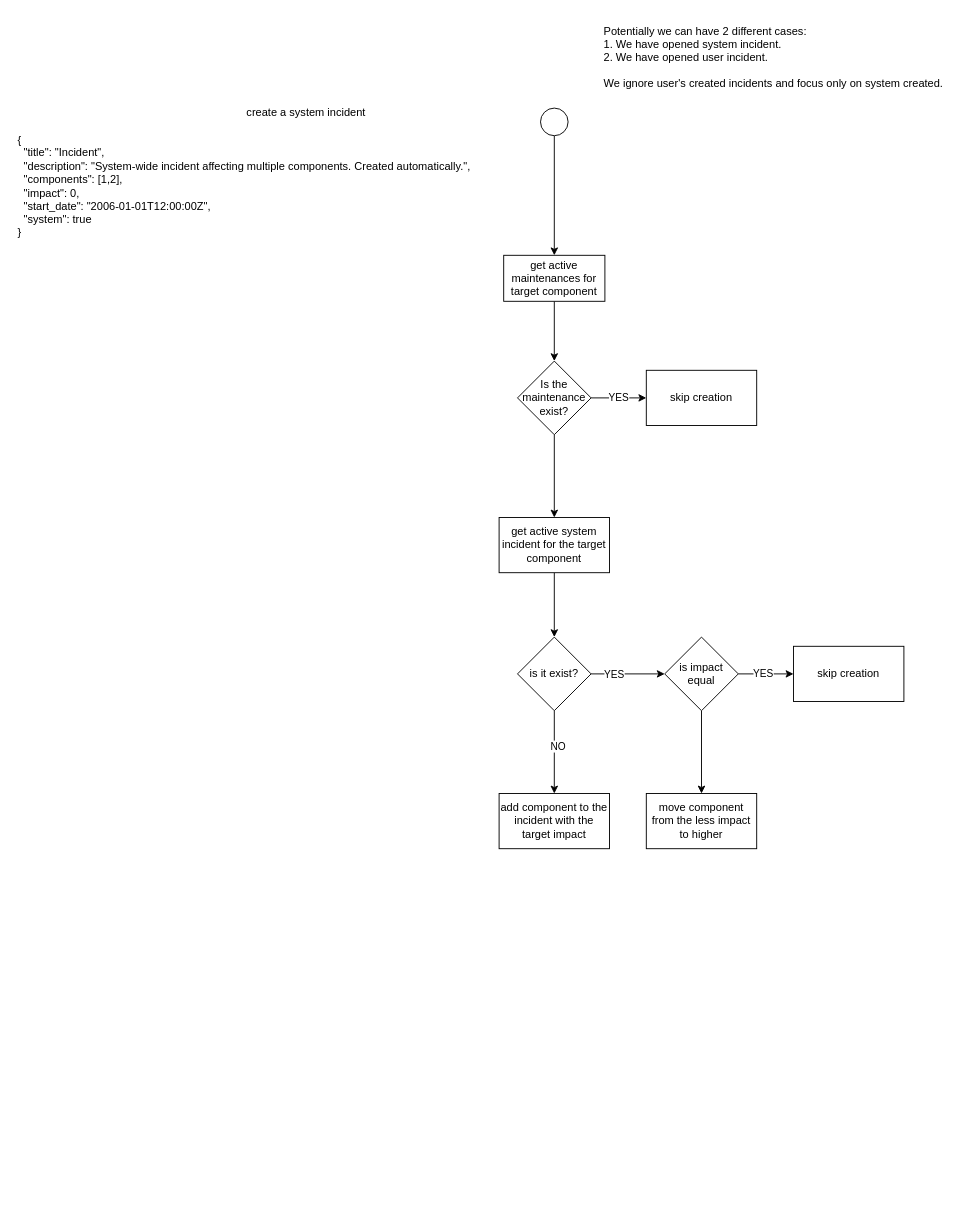
Earlier version of the draw.io diagram docs/v2/incident_creation_system.drawio (stackmon/status-dashboard-v3). Source tidied: cells renumbered, new cells numbered last; positions are measured from the earlier drawing's top-left corner, leaving out a move shared by most shapes. Both pictures are drawn from the tidied source at 92%, with x=0, y=0 at pixel (16, 16).
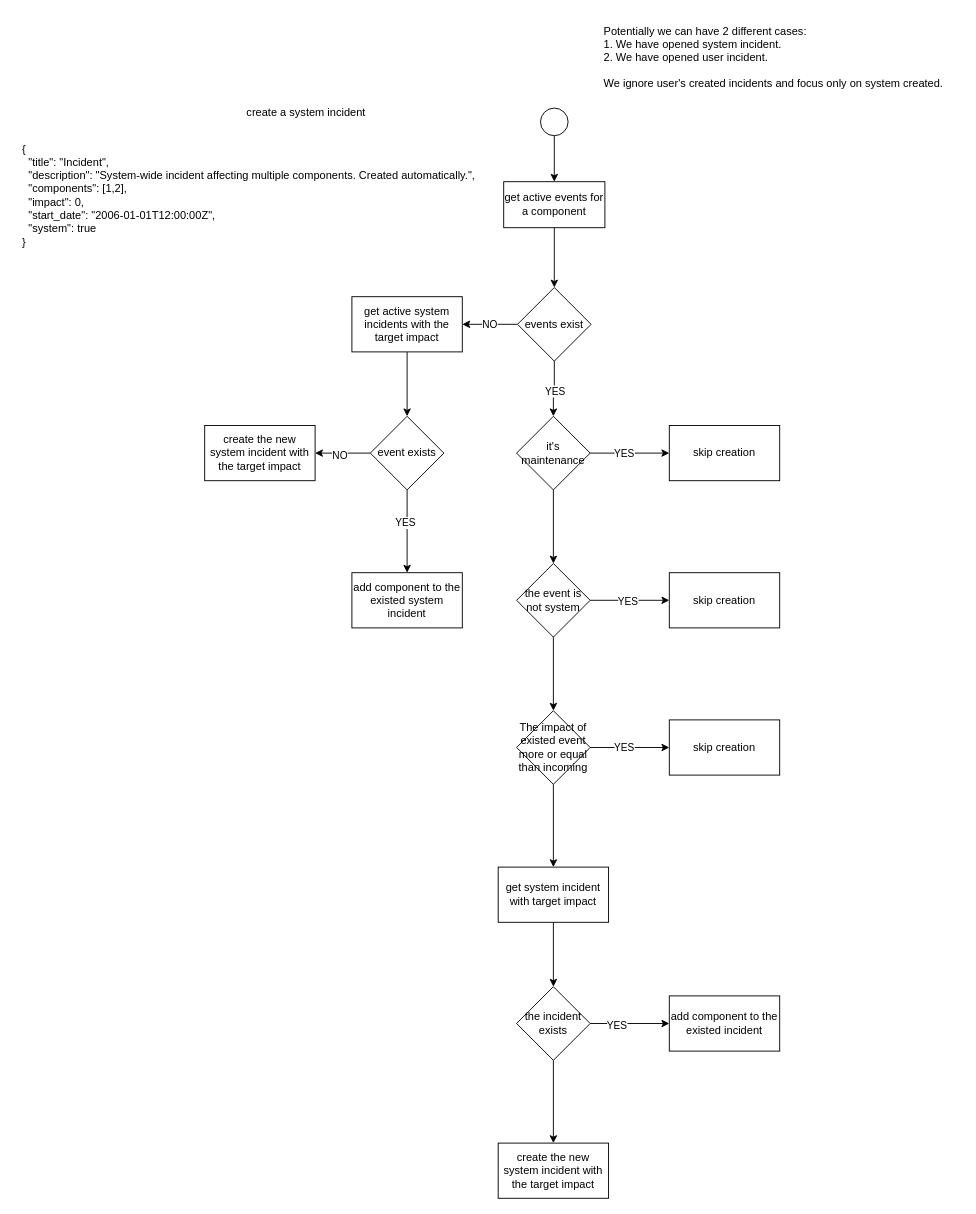
The same page after the edit.

Diff of the diagram source:
```diff
@@
-    <mxCell id="6" value="get active maintenances&lt;span style=&quot;background-color: transparent; color: light-dark(rgb(0, 0, 0), rgb(255, 255, 255));&quot;&gt;&amp;nbsp;for target component&lt;/span&gt;" style="html=1;whiteSpace=wrap;" parent="1" vertex="1">
-      <mxGeometry x="530" y="260" width="110" height="50" as="geometry" />
+    <mxCell id="6" value="get active events for a component" style="html=1;whiteSpace=wrap;" parent="1" vertex="1">
+      <mxGeometry x="530" y="180" width="110" height="50" as="geometry" />
     </mxCell>
     <mxCell id="7" value="&lt;div&gt;{&lt;/div&gt;&lt;div&gt;&amp;nbsp; &quot;title&quot;: &quot;Incident&quot;,&lt;/div&gt;&lt;div&gt;&amp;nbsp; &quot;description&quot;: &quot;System-wide incident affecting multiple components. Created automatically.&lt;span style=&quot;background-color: initial;&quot;&gt;&quot;,&lt;/span&gt;&lt;br&gt;&lt;/div&gt;&lt;div&gt;&amp;nbsp; &quot;components&quot;: [1,2],&lt;/div&gt;&lt;div&gt;&amp;nbsp; &quot;impact&quot;: 0,&lt;/div&gt;&lt;div&gt;&amp;nbsp; &quot;start_date&quot;: &quot;2006-01-01T12:00:00Z&quot;,&lt;/div&gt;&lt;div&gt;&lt;span style=&quot;background-color: initial;&quot;&gt;&amp;nbsp; &quot;system&quot;: true&lt;/span&gt;&lt;br&gt;&lt;/div&gt;&lt;div&gt;}&lt;/div&gt;" style="text;html=1;align=left;verticalAlign=middle;strokeColor=none;fillColor=none;" parent="1" vertex="1">
-      <mxGeometry y="120" width="520" height="130" as="geometry" />
+      <mxGeometry x="5" y="130" width="520" height="130" as="geometry" />
     </mxCell>
@@
-    <mxCell id="9" value="YES" style="edgeStyle=orthogonalEdgeStyle;rounded=0;jettySize=auto;html=1;" parent="1" edge="1" source="11" target="12">
-      <mxGeometry relative="1" as="geometry" />
-    </mxCell>
-    <mxCell id="10" style="edgeStyle=orthogonalEdgeStyle;rounded=0;jettySize=auto;html=1;" parent="1" edge="1" source="11" target="14">
+    <mxCell id="10" style="edgeStyle=orthogonalEdgeStyle;rounded=0;jettySize=auto;html=1;entryX=0.5;entryY=0;entryDx=0;entryDy=0;" parent="1" edge="1" source="11" target="19">
       <mxGeometry relative="1" as="geometry" />
     </mxCell>
+    <mxCell id="27" value="YES" style="edgeLabel;html=1;align=center;verticalAlign=middle;" parent="10" vertex="1">
+      <mxGeometry x="-0.02" y="2" relative="1" as="geometry" />
+    </mxCell>
+    <mxCell id="28" value="NO" style="edgeStyle=orthogonalEdgeStyle;rounded=0;jettySize=auto;html=1;" parent="1" edge="1" source="11" target="31">
+      <mxGeometry relative="1" as="geometry" />
+    </mxCell>
-    <mxCell id="11" value="Is the maintenance exist?" style="rhombus;whiteSpace=wrap;html=1;" parent="1" vertex="1">
-      <mxGeometry x="545" y="375" width="80" height="80" as="geometry" />
+    <mxCell id="11" value="events exist" style="rhombus;whiteSpace=wrap;html=1;" parent="1" vertex="1">
+      <mxGeometry x="545" y="295" width="80" height="80" as="geometry" />
     </mxCell>
-    <mxCell id="12" value="skip creation" style="whiteSpace=wrap;html=1;" parent="1" vertex="1">
-      <mxGeometry x="685" y="385" width="120" height="60" as="geometry" />
-    </mxCell>
-    <mxCell id="13" style="edgeStyle=orthogonalEdgeStyle;rounded=0;jettySize=auto;html=1;" parent="1" edge="1" source="14" target="19">
-      <mxGeometry relative="1" as="geometry" />
-    </mxCell>
-    <mxCell id="14" value="get active system incident for the target component" style="whiteSpace=wrap;html=1;" parent="1" vertex="1">
-      <mxGeometry x="525" y="545" width="120" height="60" as="geometry" />
-    </mxCell>
-    <mxCell id="15" style="edgeStyle=orthogonalEdgeStyle;rounded=0;jettySize=auto;html=1;entryX=0;entryY=0.5;entryDx=0;entryDy=0;" parent="1" edge="1" source="19" target="23">
+    <mxCell id="15" style="edgeStyle=orthogonalEdgeStyle;rounded=0;jettySize=auto;html=1;entryX=0;entryY=0.5;entryDx=0;entryDy=0;" parent="1" edge="1" source="19" target="24">
       <mxGeometry relative="1" as="geometry" />
     </mxCell>
     <mxCell id="16" value="YES" style="edgeLabel;html=1;align=center;verticalAlign=middle;" parent="15" vertex="1">
-      <mxGeometry x="-0.39" relative="1" as="geometry" />
+      <mxGeometry x="-0.39" relative="1" as="geometry">
+        <mxPoint x="10" as="offset" />
+      </mxGeometry>
     </mxCell>
-    <mxCell id="17" style="edgeStyle=orthogonalEdgeStyle;rounded=0;jettySize=auto;html=1;" parent="1" edge="1" source="19" target="25">
-      <mxGeometry relative="1" as="geometry" />
-    </mxCell>
+    <mxCell id="29" style="edgeStyle=orthogonalEdgeStyle;rounded=0;jettySize=auto;html=1;" parent="1" edge="1" source="19" target="41">
+      <mxGeometry relative="1" as="geometry" />
+    </mxCell>
+    <mxCell id="19" value="it's maintenance" style="rhombus;whiteSpace=wrap;html=1;" parent="1" vertex="1">
+      <mxGeometry x="544" y="435" width="80" height="80" as="geometry" />
+    </mxCell>
+    <mxCell id="24" value="skip creation" style="whiteSpace=wrap;html=1;" parent="1" vertex="1">
+      <mxGeometry x="710" y="445" width="120" height="60" as="geometry" />
+    </mxCell>
+    <mxCell id="30" style="edgeStyle=orthogonalEdgeStyle;rounded=0;jettySize=auto;html=1;" parent="1" edge="1" source="31" target="35">
+      <mxGeometry relative="1" as="geometry" />
+    </mxCell>
+    <mxCell id="31" value="get active system incidents with the target impact" style="whiteSpace=wrap;html=1;" parent="1" vertex="1">
+      <mxGeometry x="365" y="305" width="120" height="60" as="geometry" />
+    </mxCell>
+    <mxCell id="32" style="edgeStyle=orthogonalEdgeStyle;rounded=0;jettySize=auto;html=1;" parent="1" edge="1" source="35" target="36">
+      <mxGeometry relative="1" as="geometry" />
+    </mxCell>
+    <mxCell id="33" value="YES" style="edgeLabel;html=1;align=center;verticalAlign=middle;" parent="32" vertex="1">
+      <mxGeometry x="-0.22" y="-3" relative="1" as="geometry" />
+    </mxCell>
+    <mxCell id="34" style="edgeStyle=orthogonalEdgeStyle;rounded=0;jettySize=auto;html=1;" parent="1" edge="1" source="35" target="37">
+      <mxGeometry relative="1" as="geometry" />
+    </mxCell>
-    <mxCell id="18" value="NO" style="edgeLabel;html=1;align=center;verticalAlign=middle;" parent="17" vertex="1">
-      <mxGeometry x="-0.15" y="3" relative="1" as="geometry" />
+    <mxCell id="18" value="NO" style="edgeLabel;html=1;align=center;verticalAlign=middle;" parent="34" vertex="1">
+      <mxGeometry x="0.13" y="2" relative="1" as="geometry" />
     </mxCell>
-    <mxCell id="19" value="is it exist?" style="rhombus;whiteSpace=wrap;html=1;" parent="1" vertex="1">
-      <mxGeometry x="545" y="675" width="80" height="80" as="geometry" />
-    </mxCell>
-    <mxCell id="20" style="edgeStyle=orthogonalEdgeStyle;rounded=0;jettySize=auto;html=1;" parent="1" edge="1" source="23" target="24">
-      <mxGeometry relative="1" as="geometry" />
-    </mxCell>
-    <mxCell id="21" value="YES" style="edgeLabel;html=1;align=center;verticalAlign=middle;" parent="20" vertex="1">
-      <mxGeometry x="-0.12" y="1" relative="1" as="geometry" />
-    </mxCell>
-    <mxCell id="22" style="edgeStyle=orthogonalEdgeStyle;rounded=0;jettySize=auto;html=1;" parent="1" edge="1" source="23" target="26">
-      <mxGeometry relative="1" as="geometry" />
-    </mxCell>
-    <mxCell id="23" value="is impact equal" style="rhombus;whiteSpace=wrap;html=1;" parent="1" vertex="1">
-      <mxGeometry x="705" y="675" width="80" height="80" as="geometry" />
-    </mxCell>
-    <mxCell id="24" value="skip creation" style="whiteSpace=wrap;html=1;" parent="1" vertex="1">
-      <mxGeometry x="845" y="685" width="120" height="60" as="geometry" />
-    </mxCell>
-    <mxCell id="25" value="add component to the incident with the target impact" style="whiteSpace=wrap;html=1;" parent="1" vertex="1">
-      <mxGeometry x="525" y="845" width="120" height="60" as="geometry" />
-    </mxCell>
-    <mxCell id="26" value="move component from the less impact to higher" style="whiteSpace=wrap;html=1;" parent="1" vertex="1">
-      <mxGeometry x="685" y="845" width="120" height="60" as="geometry" />
-    </mxCell>
+    <mxCell id="35" value="event exists" style="rhombus;whiteSpace=wrap;html=1;" parent="1" vertex="1">
+      <mxGeometry x="385" y="435" width="80" height="80" as="geometry" />
+    </mxCell>
+    <mxCell id="36" value="add component to the existed system incident" style="whiteSpace=wrap;html=1;" parent="1" vertex="1">
+      <mxGeometry x="365" y="605" width="120" height="60" as="geometry" />
+    </mxCell>
+    <mxCell id="37" value="create the new system incident with the target impact" style="whiteSpace=wrap;html=1;" parent="1" vertex="1">
+      <mxGeometry x="205" y="445" width="120" height="60" as="geometry" />
+    </mxCell>
+    <mxCell id="38" style="edgeStyle=orthogonalEdgeStyle;rounded=0;jettySize=auto;html=1;" parent="1" edge="1" source="41" target="42">
+      <mxGeometry relative="1" as="geometry" />
+    </mxCell>
+    <mxCell id="39" value="YES" style="edgeLabel;html=1;align=center;verticalAlign=middle;" parent="38" vertex="1">
+      <mxGeometry x="-0.07" y="-1" relative="1" as="geometry" />
+    </mxCell>
+    <mxCell id="40" style="edgeStyle=orthogonalEdgeStyle;rounded=0;jettySize=auto;html=1;" parent="1" edge="1" source="41" target="46">
+      <mxGeometry relative="1" as="geometry" />
+    </mxCell>
+    <mxCell id="41" value="the event is not system" style="rhombus;whiteSpace=wrap;html=1;" parent="1" vertex="1">
+      <mxGeometry x="544" y="595" width="80" height="80" as="geometry" />
+    </mxCell>
+    <mxCell id="42" value="skip creation" style="whiteSpace=wrap;html=1;" parent="1" vertex="1">
+      <mxGeometry x="710" y="605" width="120" height="60" as="geometry" />
+    </mxCell>
+    <mxCell id="43" style="edgeStyle=orthogonalEdgeStyle;rounded=0;jettySize=auto;html=1;" parent="1" edge="1" source="46" target="47">
+      <mxGeometry relative="1" as="geometry" />
+    </mxCell>
+    <mxCell id="44" value="YES" style="edgeLabel;html=1;align=center;verticalAlign=middle;" parent="43" vertex="1">
+      <mxGeometry x="-0.16" y="1" relative="1" as="geometry" />
+    </mxCell>
+    <mxCell id="45" style="edgeStyle=orthogonalEdgeStyle;rounded=0;jettySize=auto;html=1;" parent="1" edge="1" source="46" target="49">
+      <mxGeometry relative="1" as="geometry" />
+    </mxCell>
+    <mxCell id="46" value="The impact of existed event more or equal than incoming" style="rhombus;whiteSpace=wrap;html=1;" parent="1" vertex="1">
+      <mxGeometry x="544" y="755" width="80" height="80" as="geometry" />
+    </mxCell>
+    <mxCell id="47" value="skip creation" style="whiteSpace=wrap;html=1;" parent="1" vertex="1">
+      <mxGeometry x="710" y="765" width="120" height="60" as="geometry" />
+    </mxCell>
+    <mxCell id="48" style="edgeStyle=orthogonalEdgeStyle;rounded=0;jettySize=auto;html=1;" parent="1" edge="1" source="49" target="53">
+      <mxGeometry relative="1" as="geometry" />
+    </mxCell>
+    <mxCell id="49" value="get system incident with target impact" style="whiteSpace=wrap;html=1;" parent="1" vertex="1">
+      <mxGeometry x="524" y="925" width="120" height="60" as="geometry" />
+    </mxCell>
+    <mxCell id="50" style="edgeStyle=orthogonalEdgeStyle;rounded=0;jettySize=auto;html=1;" parent="1" edge="1" source="53" target="54">
+      <mxGeometry relative="1" as="geometry" />
+    </mxCell>
+    <mxCell id="51" value="YES" style="edgeLabel;html=1;align=center;verticalAlign=middle;" parent="50" vertex="1">
+      <mxGeometry x="-0.35" y="-2" relative="1" as="geometry" />
+    </mxCell>
+    <mxCell id="52" style="edgeStyle=orthogonalEdgeStyle;rounded=0;jettySize=auto;html=1;" parent="1" edge="1" source="53" target="55">
+      <mxGeometry relative="1" as="geometry" />
+    </mxCell>
+    <mxCell id="53" value="the incident exists" style="rhombus;whiteSpace=wrap;html=1;" parent="1" vertex="1">
+      <mxGeometry x="544" y="1055" width="80" height="80" as="geometry" />
+    </mxCell>
+    <mxCell id="54" value="add component to the existed incident" style="whiteSpace=wrap;html=1;" parent="1" vertex="1">
+      <mxGeometry x="710" y="1065" width="120" height="60" as="geometry" />
+    </mxCell>
+    <mxCell id="55" value="create the new system incident with the target impact" style="whiteSpace=wrap;html=1;" parent="1" vertex="1">
+      <mxGeometry x="524" y="1225" width="120" height="60" as="geometry" />
+    </mxCell>
```
